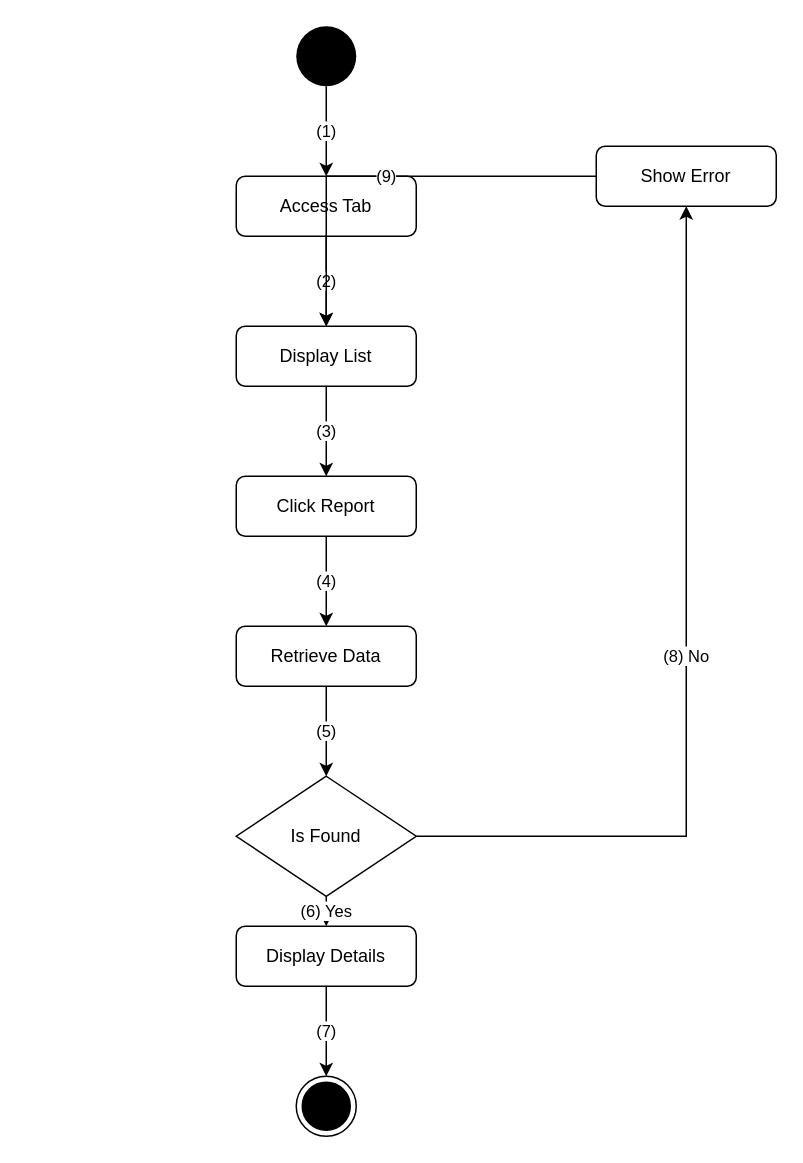
Above: activity_flow/uc47_activity_flow.drawio in kingDlight/UEIMS_Project (draw.io), before the change. Source tidied: cells renumbered, new cells numbered last; positions are measured from the earlier drawing's top-left corner, leaving out a move shared by most shapes. Both pictures are drawn from the tidied source at 150%, with x=0, y=0 at pixel (236, 26).
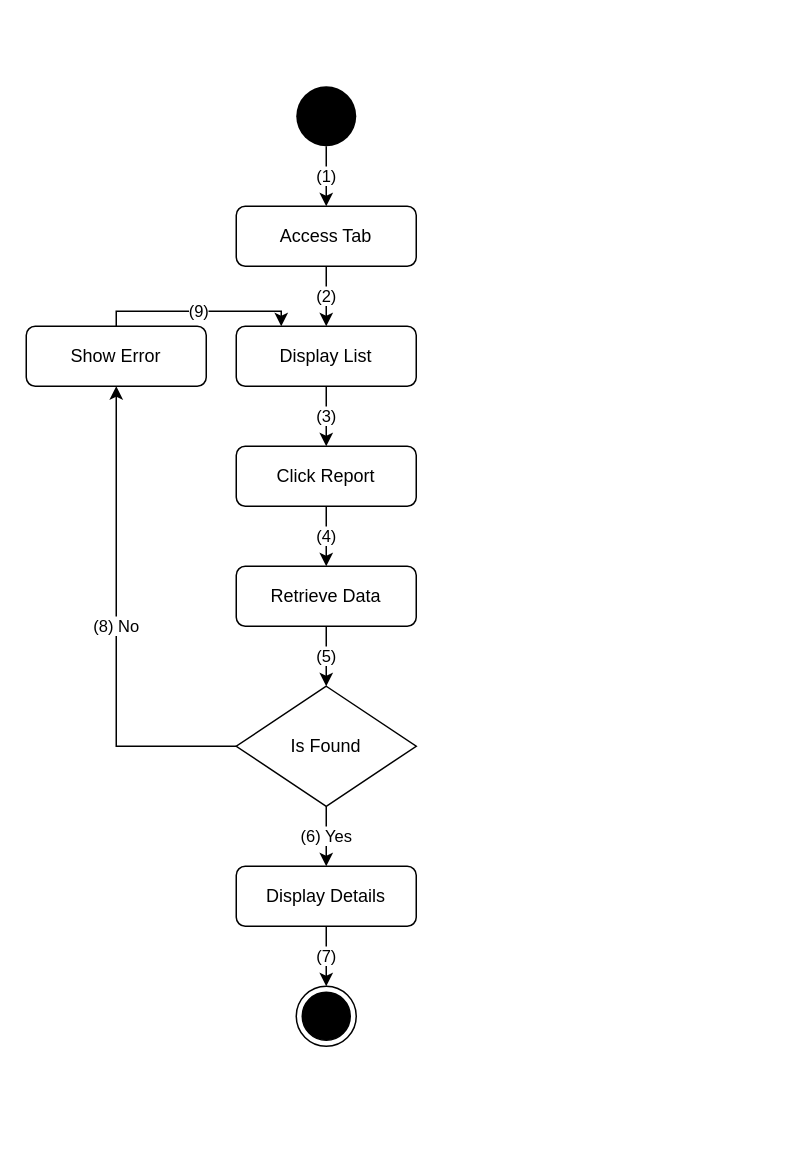
The same diagram, later.

Diff of the diagram source:
```diff
@@
 <mxGraphModel>
   <root>
     <mxCell id="0" />
     <mxCell id="1" parent="0" />
     <mxCell id="2" style="ellipse;whiteSpace=wrap;html=1;fillColor=#000000;strokeColor=none;" parent="1" vertex="1">
-      <mxGeometry x="40" width="40" height="40" as="geometry" />
+      <mxGeometry x="40" y="40" width="40" height="40" as="geometry" />
     </mxCell>
     <mxCell id="3" value="Access Tab" style="rounded=1;whiteSpace=wrap;html=1;" parent="1" vertex="1">
-      <mxGeometry y="100" width="120" height="40" as="geometry" />
+      <mxGeometry y="120" width="120" height="40" as="geometry" />
     </mxCell>
     <mxCell id="4" value="Display List" style="rounded=1;whiteSpace=wrap;html=1;" parent="1" vertex="1">
       <mxGeometry y="200" width="120" height="40" as="geometry" />
     </mxCell>
     <mxCell id="5" value="Click Report" style="rounded=1;whiteSpace=wrap;html=1;" parent="1" vertex="1">
-      <mxGeometry y="300" width="120" height="40" as="geometry" />
+      <mxGeometry y="280" width="120" height="40" as="geometry" />
     </mxCell>
     <mxCell id="6" value="Retrieve Data" style="rounded=1;whiteSpace=wrap;html=1;" parent="1" vertex="1">
-      <mxGeometry y="400" width="120" height="40" as="geometry" />
+      <mxGeometry y="360" width="120" height="40" as="geometry" />
     </mxCell>
     <mxCell id="7" value="Is Found" style="rhombus;whiteSpace=wrap;html=1;" parent="1" vertex="1">
-      <mxGeometry y="500" width="120" height="80" as="geometry" />
+      <mxGeometry y="440" width="120" height="80" as="geometry" />
     </mxCell>
     <mxCell id="8" value="Display Details" style="rounded=1;whiteSpace=wrap;html=1;" parent="1" vertex="1">
-      <mxGeometry y="600" width="120" height="40" as="geometry" />
+      <mxGeometry y="560" width="120" height="40" as="geometry" />
     </mxCell>
     <mxCell id="9" style="ellipse;html=1;shape=endState;fillColor=#000000;strokeColor=#000000;" parent="1" vertex="1">
-      <mxGeometry x="40" y="700" width="40" height="40" as="geometry" />
+      <mxGeometry x="40" y="640" width="40" height="40" as="geometry" />
     </mxCell>
     <mxCell id="10" value="Show Error" style="rounded=1;whiteSpace=wrap;html=1;" parent="1" vertex="1">
-      <mxGeometry x="240" y="80" width="120" height="40" as="geometry" />
+      <mxGeometry x="-140" y="200" width="120" height="40" as="geometry" />
     </mxCell>
     <mxCell id="11" value="(1)" style="edgeStyle=orthogonalEdgeStyle;rounded=0;html=1;exitX=0.5;exitY=1;entryX=0.5;entryY=0;" parent="1" edge="1" source="2" target="3">
       <mxGeometry relative="1" as="geometry" />
     </mxCell>
     <mxCell id="12" value="(2)" style="edgeStyle=orthogonalEdgeStyle;rounded=0;html=1;exitX=0.5;exitY=1;entryX=0.5;entryY=0;" parent="1" edge="1" source="3" target="4">
       <mxGeometry relative="1" as="geometry" />
     </mxCell>
     <mxCell id="13" value="(3)" style="edgeStyle=orthogonalEdgeStyle;rounded=0;html=1;exitX=0.5;exitY=1;entryX=0.5;entryY=0;" parent="1" edge="1" source="4" target="5">
       <mxGeometry relative="1" as="geometry" />
     </mxCell>
     <mxCell id="14" value="(4)" style="edgeStyle=orthogonalEdgeStyle;rounded=0;html=1;exitX=0.5;exitY=1;entryX=0.5;entryY=0;" parent="1" edge="1" source="5" target="6">
       <mxGeometry relative="1" as="geometry" />
     </mxCell>
     <mxCell id="15" value="(5)" style="edgeStyle=orthogonalEdgeStyle;rounded=0;html=1;exitX=0.5;exitY=1;entryX=0.5;entryY=0;" parent="1" edge="1" source="6" target="7">
       <mxGeometry relative="1" as="geometry" />
     </mxCell>
     <mxCell id="16" value="(6) Yes" style="edgeStyle=orthogonalEdgeStyle;rounded=0;html=1;exitX=0.5;exitY=1;entryX=0.5;entryY=0;" parent="1" edge="1" source="7" target="8">
       <mxGeometry relative="1" as="geometry" />
     </mxCell>
     <mxCell id="17" value="(7)" style="edgeStyle=orthogonalEdgeStyle;rounded=0;html=1;exitX=0.5;exitY=1;entryX=0.5;entryY=0;" parent="1" edge="1" source="8" target="9">
       <mxGeometry relative="1" as="geometry" />
     </mxCell>
-    <mxCell id="18" value="(8) No" style="edgeStyle=orthogonalEdgeStyle;rounded=0;html=1;exitX=1;exitY=0.5;entryX=0.5;entryY=1;" parent="1" edge="1" source="7" target="10">
+    <mxCell id="18" value="(8) No" style="edgeStyle=orthogonalEdgeStyle;rounded=0;html=1;exitX=0;exitY=0.5;entryX=0.5;entryY=1;exitDx=0;exitDy=0;" parent="1" edge="1" source="7" target="10">
       <mxGeometry relative="1" as="geometry" />
     </mxCell>
-    <mxCell id="19" value="(9)" style="edgeStyle=orthogonalEdgeStyle;rounded=0;html=1;exitX=0;exitY=0.5;entryX=0.5;entryY=0;" parent="1" edge="1" source="10" target="4">
+    <mxCell id="19" value="(9)" style="edgeStyle=orthogonalEdgeStyle;rounded=0;html=1;exitX=0.5;exitY=0;entryX=0.25;entryY=0;exitDx=0;exitDy=0;entryDx=0;entryDy=0;" parent="1" edge="1" source="10" target="4">
       <mxGeometry relative="1" as="geometry" />
     </mxCell>
   </root>
 </mxGraphModel>
```
